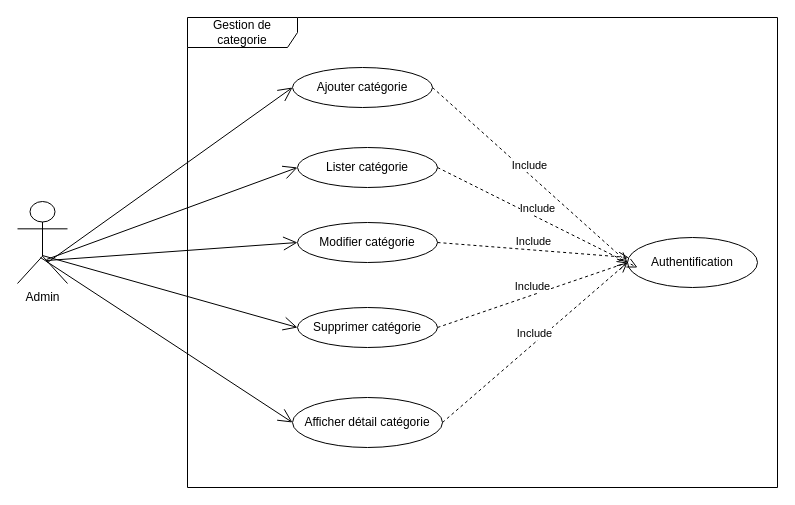
keidy001/virtual-biblio keeps this draw.io diagram as page "Gestion categorie" (2 of 18) of Untitled Diagram.drawio. Above is the earlier version. Source tidied: cells renumbered, new cells numbered last; positions are measured from the earlier drawing's top-left corner, leaving out a move shared by most shapes. Both pictures are drawn from the tidied source at 100%, with x=0, y=0 at pixel (17, 17).
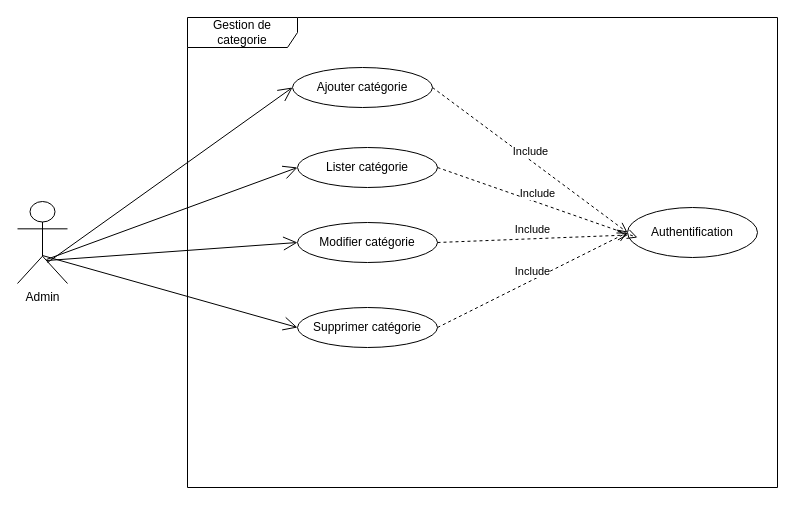
Above is the later version.

What changed in the source:
```diff
@@
 <mxGraphModel>
   <root>
     <mxCell id="0" />
     <mxCell id="1" parent="0" />
     <mxCell id="2" value="Admin" style="shape=umlActor;verticalLabelPosition=bottom;verticalAlign=top;html=1;fillColor=default;gradientColor=none;" parent="1" vertex="1">
       <mxGeometry y="184" width="50" height="82" as="geometry" />
     </mxCell>
     <mxCell id="3" value="Gestion de categorie" style="shape=umlFrame;whiteSpace=wrap;html=1;fillColor=default;gradientColor=none;width=110;height=30;" parent="1" vertex="1">
       <mxGeometry x="170" width="590" height="470" as="geometry" />
     </mxCell>
     <mxCell id="4" value="Ajouter catégorie" style="ellipse;whiteSpace=wrap;html=1;fillColor=default;gradientColor=none;" parent="1" vertex="1">
       <mxGeometry x="275" y="50" width="140" height="40" as="geometry" />
     </mxCell>
     <mxCell id="5" value="Lister catégorie" style="ellipse;whiteSpace=wrap;html=1;fillColor=default;gradientColor=none;" parent="1" vertex="1">
       <mxGeometry x="280" y="130" width="140" height="40" as="geometry" />
     </mxCell>
     <mxCell id="6" value="Modifier catégorie" style="ellipse;whiteSpace=wrap;html=1;fillColor=default;gradientColor=none;" parent="1" vertex="1">
       <mxGeometry x="280" y="205" width="140" height="40" as="geometry" />
     </mxCell>
     <mxCell id="7" value="Supprimer catégorie" style="ellipse;whiteSpace=wrap;html=1;fillColor=default;gradientColor=none;" parent="1" vertex="1">
       <mxGeometry x="280" y="290" width="140" height="40" as="geometry" />
     </mxCell>
-    <mxCell id="8" value="Afficher détail catégorie" style="ellipse;whiteSpace=wrap;html=1;fillColor=default;gradientColor=none;" parent="1" vertex="1">
-      <mxGeometry x="275" y="380" width="150" height="50" as="geometry" />
-    </mxCell>
     <mxCell id="9" style="endArrow=open;endFill=1;endSize=12;html=1;rounded=0;exitX=0.6;exitY=0.744;exitDx=0;exitDy=0;exitPerimeter=0;entryX=0;entryY=0.5;entryDx=0;entryDy=0;" parent="1" edge="1" source="2" target="4">
       <mxGeometry relative="1" as="geometry" />
     </mxCell>
     <mxCell id="10" style="endArrow=open;endFill=1;endSize=12;html=1;rounded=0;exitX=0.58;exitY=0.707;exitDx=0;exitDy=0;exitPerimeter=0;entryX=0;entryY=0.5;entryDx=0;entryDy=0;" parent="1" edge="1" source="2" target="5">
       <mxGeometry relative="1" as="geometry" />
     </mxCell>
     <mxCell id="11" style="endArrow=open;endFill=1;endSize=12;html=1;rounded=0;exitX=0.58;exitY=0.72;exitDx=0;exitDy=0;exitPerimeter=0;entryX=0;entryY=0.5;entryDx=0;entryDy=0;" parent="1" edge="1" source="2" target="6">
       <mxGeometry relative="1" as="geometry" />
     </mxCell>
     <mxCell id="12" style="endArrow=open;endFill=1;endSize=12;html=1;rounded=0;exitX=0.5;exitY=0.659;exitDx=0;exitDy=0;exitPerimeter=0;entryX=0;entryY=0.5;entryDx=0;entryDy=0;" parent="1" edge="1" source="2" target="7">
       <mxGeometry relative="1" as="geometry" />
     </mxCell>
-    <mxCell id="13" style="endArrow=open;endFill=1;endSize=12;html=1;rounded=0;exitX=0.46;exitY=0.683;exitDx=0;exitDy=0;exitPerimeter=0;entryX=0;entryY=0.5;entryDx=0;entryDy=0;" parent="1" edge="1" source="2" target="8">
-      <mxGeometry relative="1" as="geometry" />
-    </mxCell>
     <mxCell id="14" value="Authentification" style="ellipse;whiteSpace=wrap;html=1;fillColor=default;gradientColor=none;" parent="1" vertex="1">
-      <mxGeometry x="610" y="220" width="130" height="50" as="geometry" />
+      <mxGeometry x="610" y="190" width="130" height="50" as="geometry" />
     </mxCell>
     <mxCell id="15" value="Include" style="html=1;verticalAlign=bottom;endArrow=open;dashed=1;endSize=8;rounded=0;entryX=0;entryY=0.5;entryDx=0;entryDy=0;exitX=1;exitY=0.5;exitDx=0;exitDy=0;" parent="1" edge="1" source="4" target="14">
       <mxGeometry relative="1" as="geometry" />
     </mxCell>
     <mxCell id="16" value="Include" style="html=1;verticalAlign=bottom;endArrow=open;dashed=1;endSize=8;rounded=0;exitX=1;exitY=0.5;exitDx=0;exitDy=0;entryX=0.077;entryY=0.6;entryDx=0;entryDy=0;entryPerimeter=0;" parent="1" edge="1" source="5" target="14">
       <mxGeometry relative="1" as="geometry" />
     </mxCell>
     <mxCell id="17" value="Include" style="html=1;verticalAlign=bottom;endArrow=open;dashed=1;endSize=8;rounded=0;exitX=1;exitY=0.5;exitDx=0;exitDy=0;" parent="1" edge="1" source="6" target="14">
       <mxGeometry relative="1" as="geometry" />
     </mxCell>
     <mxCell id="18" value="Include" style="html=1;verticalAlign=bottom;endArrow=open;dashed=1;endSize=8;rounded=0;exitX=1;exitY=0.5;exitDx=0;exitDy=0;entryX=0;entryY=0.5;entryDx=0;entryDy=0;" parent="1" edge="1" source="7" target="14">
       <mxGeometry relative="1" as="geometry" />
     </mxCell>
-    <mxCell id="19" value="Include" style="html=1;verticalAlign=bottom;endArrow=open;dashed=1;endSize=8;rounded=0;exitX=1;exitY=0.5;exitDx=0;exitDy=0;entryX=0;entryY=0.5;entryDx=0;entryDy=0;" parent="1" edge="1" source="8" target="14">
-      <mxGeometry relative="1" as="geometry" />
-    </mxCell>
   </root>
 </mxGraphModel>
```
